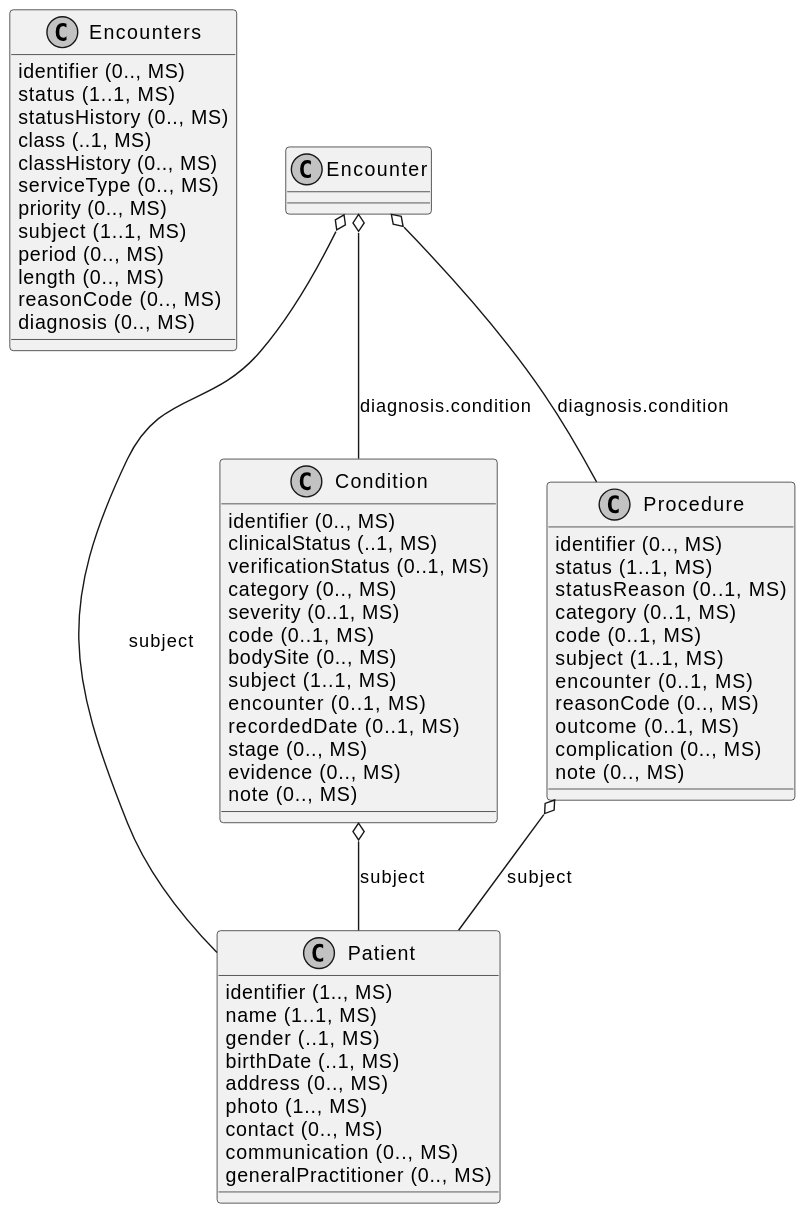
The PlantUML diagram images/diagrams/architecture/ClassDiagramm.CaseReference.svg in gematik/api-ti-messenger, before a commit.
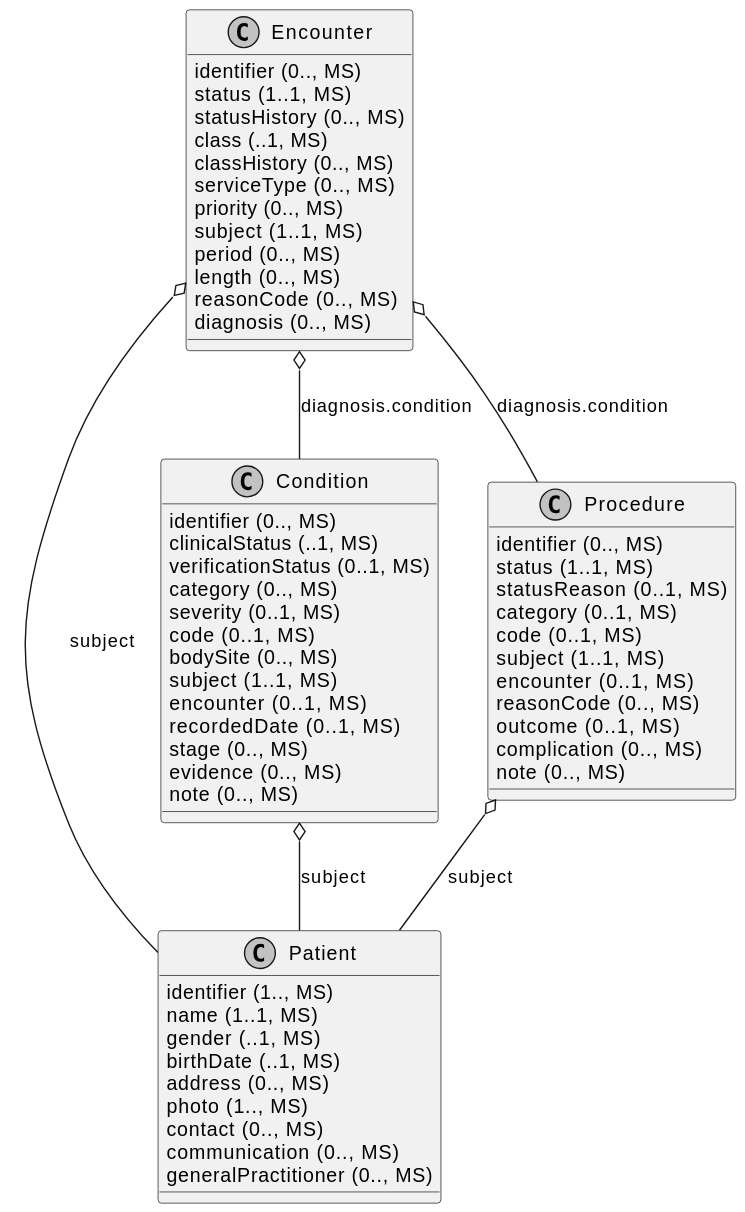
Later version of the same file.

The edit, as a diff of the source:
```diff
@@ -1,6 +1,6 @@
 @startuml
 skinparam monochrome true
-class Encounters {
+class Encounter {
   {field} identifier (0.., MS)
   {field} status (1..1, MS)
   {field} statusHistory (0.., MS)
```
